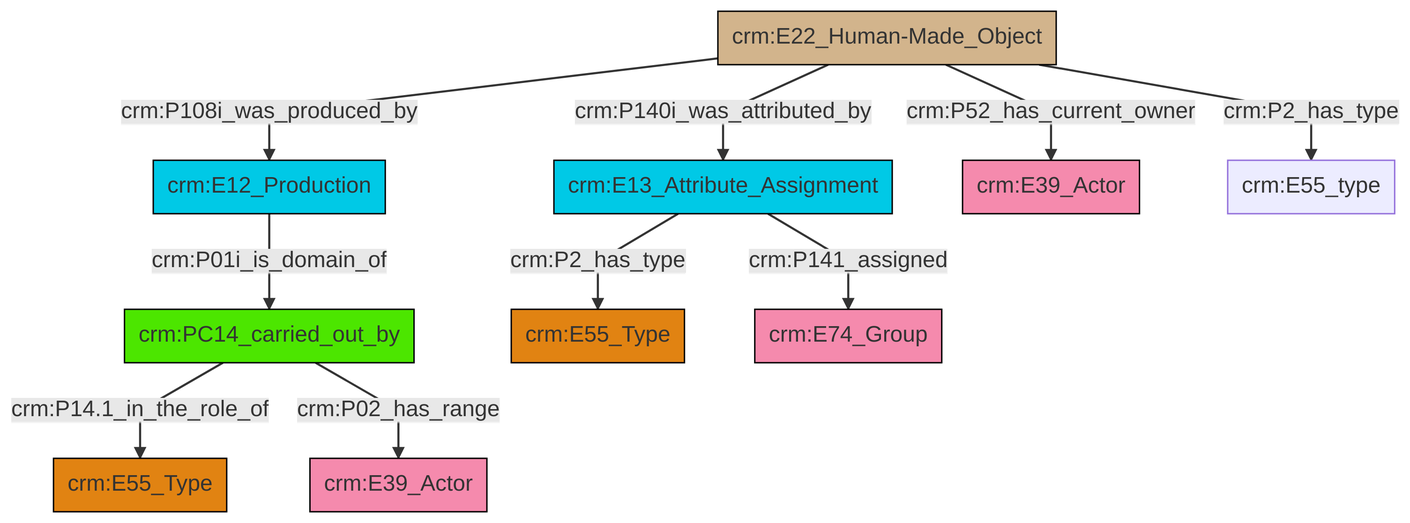
This is et/builtWorkCSV/ttl/mmd/png/Built_Work_actor_relations.png from swiss-art-research-net/docs.swissartresearch, a Mermaid export, as it was before one commit. Its source is kept beside it as et/builtWorkCSV/ttl/mmd/Built_Work_actor_relations.ttl.mmd.
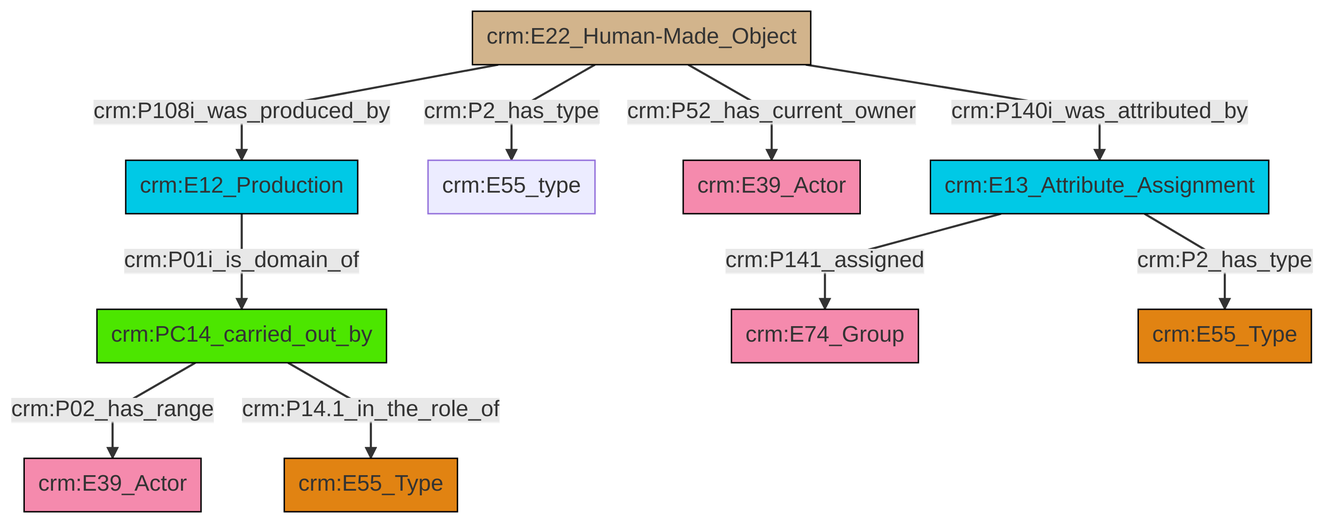
Later version of the same file.

Change to the diagram source:
```diff
@@ -13,12 +13,12 @@
 classDef PC_Classes fill:#4ce600, stroke:#000000;
 classDef Multi fill:#cccccc,stroke:#000000;
 
-0["crm:E22_Human-Made_Object"]:::Physical_Thing -->|crm:P140i_was_attributed_by| 1["crm:E13_Attribute_Assignment"]:::Temporal_Entity
-3["crm:PC14_carried_out_by"]:::PC_Classes -->|crm:P14.1_in_the_role_of| 4["crm:E55_Type"]:::Type
-1["crm:E13_Attribute_Assignment"]:::Temporal_Entity -->|crm:P141_assigned| 8["crm:E74_Group"]:::Actor
-0["crm:E22_Human-Made_Object"]:::Physical_Thing -->|crm:P108i_was_produced_by| 9["crm:E12_Production"]:::Temporal_Entity
-0["crm:E22_Human-Made_Object"]:::Physical_Thing -->|crm:P52_has_current_owner| 14["crm:E39_Actor"]:::Actor
-1["crm:E13_Attribute_Assignment"]:::Temporal_Entity -->|crm:P2_has_type| 5["crm:E55_Type"]:::Type
-0["crm:E22_Human-Made_Object"]:::Physical_Thing -->|crm:P2_has_type| 15["crm:E55_type"]:::Default
-3["crm:PC14_carried_out_by"]:::PC_Classes -->|crm:P02_has_range| 12["crm:E39_Actor"]:::Actor
-9["crm:E12_Production"]:::Temporal_Entity -->|crm:P01i_is_domain_of| 3["crm:PC14_carried_out_by"]:::PC_Classes
+2["crm:E13_Attribute_Assignment"]:::Temporal_Entity -->|crm:P141_assigned| 3["crm:E74_Group"]:::Actor
+4["crm:E22_Human-Made_Object"]:::Physical_Thing -->|crm:P108i_was_produced_by| 15["crm:E12_Production"]:::Temporal_Entity
+0["crm:PC14_carried_out_by"]:::PC_Classes -->|crm:P02_has_range| 18["crm:E39_Actor"]:::Actor
+4["crm:E22_Human-Made_Object"]:::Physical_Thing -->|crm:P140i_was_attributed_by| 2["crm:E13_Attribute_Assignment"]:::Temporal_Entity
+0["crm:PC14_carried_out_by"]:::PC_Classes -->|crm:P14.1_in_the_role_of| 6["crm:E55_Type"]:::Type
+4["crm:E22_Human-Made_Object"]:::Physical_Thing -->|crm:P52_has_current_owner| 12["crm:E39_Actor"]:::Actor
+15["crm:E12_Production"]:::Temporal_Entity -->|crm:P01i_is_domain_of| 0["crm:PC14_carried_out_by"]:::PC_Classes
+2["crm:E13_Attribute_Assignment"]:::Temporal_Entity -->|crm:P2_has_type| 8["crm:E55_Type"]:::Type
+4["crm:E22_Human-Made_Object"]:::Physical_Thing -->|crm:P2_has_type| 10["crm:E55_type"]:::Default
```
